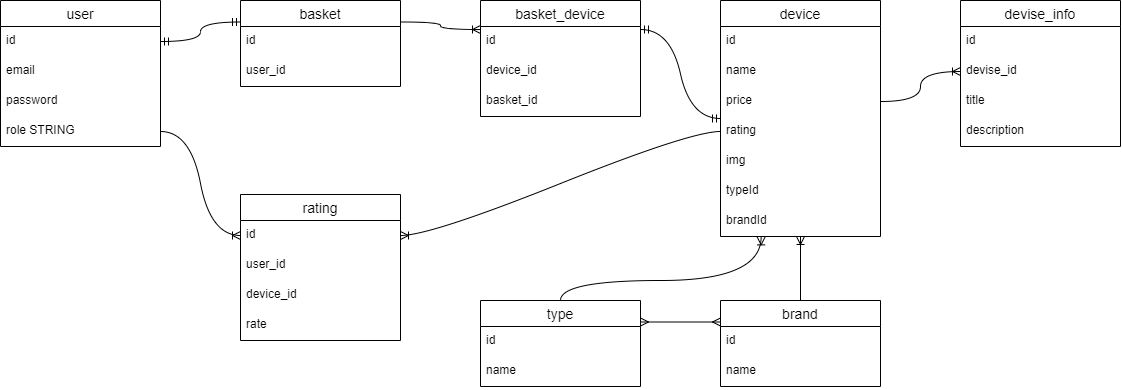
Before: Untitled Diagram.drawio.png, a diagram exported from draw.io (Dima-Gorunov/Draw.io). Source tidied: cells renumbered, new cells last; positions are measured from the earlier drawing's top-left corner, leaving out a move shared by most shapes.
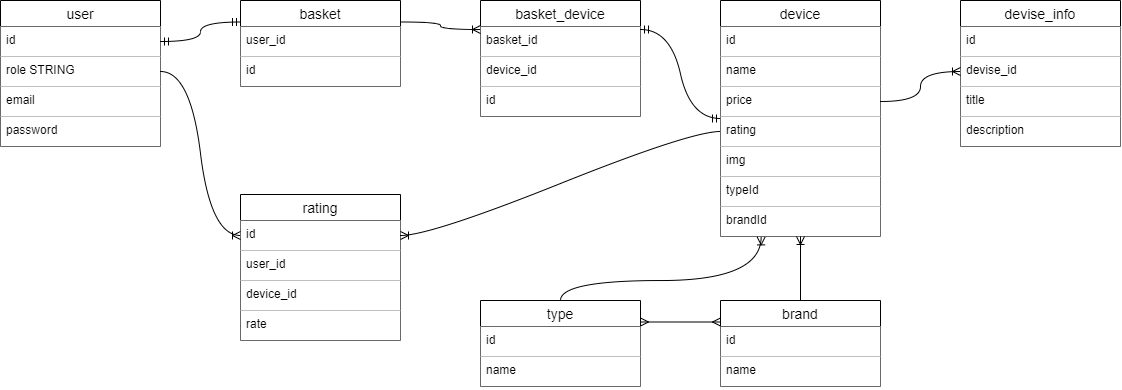
The same file after the commit.

The edit, as a diff of the source:
```diff
@@ -2,73 +2,73 @@
   <root>
     <mxCell id="0" />
     <mxCell id="1" parent="0" />
-    <mxCell id="2" value="user" style="swimlane;fontStyle=0;horizontal=1;startSize=26;align=center;fontSize=14;rounded=0;fillColor=default;strokeColor=default;" parent="1" vertex="1">
+    <mxCell id="2" value="user" style="swimlane;fontStyle=0;horizontal=1;startSize=26;align=center;fontSize=14;rounded=0;perimeterSpacing=0;shadow=0;sketch=0;swimlaneFillColor=none;strokeWidth=1;swimlaneLine=1;" parent="1" vertex="1">
       <mxGeometry width="160" height="146" as="geometry" />
     </mxCell>
-    <mxCell id="3" value="id" style="text;strokeColor=none;fillColor=none;spacingLeft=4;spacingRight=4;overflow=hidden;points=[[0,0.5],[1,0.5]];portConstraint=eastwest;fontSize=12;rounded=0;" parent="2" vertex="1">
+    <mxCell id="3" value="id" style="text;strokeColor=default;fillColor=default;spacingLeft=4;spacingRight=4;overflow=hidden;points=[[0,0.5],[1,0.5]];portConstraint=eastwest;fontSize=12;rounded=0;dashed=1;strokeWidth=0;" parent="2" vertex="1">
       <mxGeometry y="26" width="160" height="30" as="geometry" />
     </mxCell>
+    <mxCell id="6" value="role STRING" style="text;strokeColor=default;fillColor=default;spacingLeft=4;spacingRight=4;overflow=hidden;points=[[0,0.5],[1,0.5]];portConstraint=eastwest;fontSize=12;rounded=0;dashed=1;strokeWidth=0;" parent="2" vertex="1">
+      <mxGeometry y="56" width="160" height="30" as="geometry" />
+    </mxCell>
-    <mxCell id="4" value="email" style="text;strokeColor=none;fillColor=none;spacingLeft=4;spacingRight=4;overflow=hidden;fontSize=12;rounded=0;" parent="2" vertex="1">
-      <mxGeometry y="56" width="160" height="30" as="geometry" />
+    <mxCell id="4" value="email" style="text;strokeColor=default;fillColor=default;spacingLeft=4;spacingRight=4;overflow=hidden;fontSize=12;rounded=0;dashed=1;strokeWidth=0;" parent="2" vertex="1">
+      <mxGeometry y="86" width="160" height="30" as="geometry" />
     </mxCell>
-    <mxCell id="5" value="password" style="text;strokeColor=none;fillColor=none;spacingLeft=4;spacingRight=4;overflow=hidden;fontSize=12;rounded=0;" parent="2" vertex="1">
-      <mxGeometry y="86" width="160" height="30" as="geometry" />
+    <mxCell id="5" value="password" style="text;strokeColor=default;fillColor=default;spacingLeft=4;spacingRight=4;overflow=hidden;fontSize=12;rounded=0;dashed=1;strokeWidth=0;" parent="2" vertex="1">
+      <mxGeometry y="116" width="160" height="30" as="geometry" />
     </mxCell>
-    <mxCell id="6" value="role STRING" style="text;strokeColor=none;fillColor=none;spacingLeft=4;spacingRight=4;overflow=hidden;points=[[0,0.5],[1,0.5]];portConstraint=eastwest;fontSize=12;rounded=0;" parent="2" vertex="1">
-      <mxGeometry y="116" width="160" height="30" as="geometry" />
-    </mxCell>
-    <mxCell id="7" value="basket" style="swimlane;fontStyle=0;horizontal=1;startSize=26;align=center;fontSize=14;rounded=0;" parent="1" vertex="1">
+    <mxCell id="7" value="basket" style="swimlane;fontStyle=0;horizontal=1;startSize=26;align=center;fontSize=14;rounded=0;shadow=0;sketch=0;swimlaneFillColor=none;strokeWidth=1;" parent="1" vertex="1">
       <mxGeometry x="240" width="160" height="86" as="geometry" />
     </mxCell>
+    <mxCell id="9" value="user_id" style="text;strokeColor=default;fillColor=default;spacingLeft=4;spacingRight=4;overflow=hidden;fontSize=12;rounded=0;dashed=1;strokeWidth=0;" parent="7" vertex="1">
+      <mxGeometry y="26" width="160" height="30" as="geometry" />
+    </mxCell>
-    <mxCell id="8" value="id" style="text;strokeColor=none;fillColor=none;spacingLeft=4;spacingRight=4;overflow=hidden;fontSize=12;rounded=0;" parent="7" vertex="1">
-      <mxGeometry y="26" width="160" height="30" as="geometry" />
+    <mxCell id="8" value="id" style="text;strokeColor=default;fillColor=default;spacingLeft=4;spacingRight=4;overflow=hidden;fontSize=12;rounded=0;dashed=1;strokeWidth=0;" parent="7" vertex="1">
+      <mxGeometry y="56" width="160" height="30" as="geometry" />
     </mxCell>
-    <mxCell id="9" value="user_id" style="text;strokeColor=none;fillColor=none;spacingLeft=4;spacingRight=4;overflow=hidden;fontSize=12;rounded=0;" parent="7" vertex="1">
-      <mxGeometry y="56" width="160" height="30" as="geometry" />
-    </mxCell>
     <mxCell id="10" style="edgeStyle=orthogonalEdgeStyle;fontSize=12;html=1;endArrow=ERmandOne;startArrow=ERmandOne;strokeColor=default;curved=1;entryX=0;entryY=0.25;entryDx=0;entryDy=0;exitX=1;exitY=0.5;exitDx=0;exitDy=0;" parent="1" edge="1" source="3" target="7">
       <mxGeometry relative="1" as="geometry" />
     </mxCell>
     <mxCell id="11" value="device" style="swimlane;fontStyle=0;horizontal=1;startSize=26;align=center;fontSize=14;rounded=0;" parent="1" vertex="1">
       <mxGeometry x="720" width="160" height="236" as="geometry" />
     </mxCell>
-    <mxCell id="12" value="id" style="text;strokeColor=none;fillColor=none;spacingLeft=4;spacingRight=4;overflow=hidden;fontSize=12;rounded=0;" parent="11" vertex="1">
+    <mxCell id="12" value="id" style="text;strokeColor=default;fillColor=default;spacingLeft=4;spacingRight=4;overflow=hidden;fontSize=12;rounded=0;dashed=1;strokeWidth=0;" parent="11" vertex="1">
       <mxGeometry y="26" width="160" height="30" as="geometry" />
     </mxCell>
-    <mxCell id="13" value="name" style="text;strokeColor=none;fillColor=none;spacingLeft=4;spacingRight=4;overflow=hidden;fontSize=12;rounded=0;" parent="11" vertex="1">
+    <mxCell id="13" value="name" style="text;strokeColor=default;fillColor=default;spacingLeft=4;spacingRight=4;overflow=hidden;fontSize=12;rounded=0;dashed=1;strokeWidth=0;" parent="11" vertex="1">
       <mxGeometry y="56" width="160" height="30" as="geometry" />
     </mxCell>
-    <mxCell id="14" value="price" style="text;strokeColor=none;fillColor=none;spacingLeft=4;spacingRight=4;overflow=hidden;points=[[0,0.5],[1,0.5]];portConstraint=eastwest;fontSize=12;rounded=0;" parent="11" vertex="1">
+    <mxCell id="14" value="price" style="text;strokeColor=default;fillColor=default;spacingLeft=4;spacingRight=4;overflow=hidden;points=[[0,0.5],[1,0.5]];portConstraint=eastwest;fontSize=12;rounded=0;dashed=1;strokeWidth=0;" parent="11" vertex="1">
       <mxGeometry y="86" width="160" height="30" as="geometry" />
     </mxCell>
-    <mxCell id="15" value="rating" style="text;strokeColor=none;fillColor=none;spacingLeft=4;spacingRight=4;overflow=hidden;points=[[0,0.5],[1,0.5]];portConstraint=eastwest;fontSize=12;rounded=0;" parent="11" vertex="1">
+    <mxCell id="15" value="rating" style="text;strokeColor=default;fillColor=default;spacingLeft=4;spacingRight=4;overflow=hidden;points=[[0,0.5],[1,0.5]];portConstraint=eastwest;fontSize=12;rounded=0;dashed=1;strokeWidth=0;" parent="11" vertex="1">
       <mxGeometry y="116" width="160" height="30" as="geometry" />
     </mxCell>
-    <mxCell id="16" value="img" style="text;strokeColor=none;fillColor=none;spacingLeft=4;spacingRight=4;overflow=hidden;fontSize=12;rounded=0;" parent="11" vertex="1">
+    <mxCell id="16" value="img" style="text;strokeColor=default;fillColor=default;spacingLeft=4;spacingRight=4;overflow=hidden;fontSize=12;rounded=0;dashed=1;strokeWidth=0;" parent="11" vertex="1">
       <mxGeometry y="146" width="160" height="30" as="geometry" />
     </mxCell>
-    <mxCell id="17" value="typeId" style="text;strokeColor=none;fillColor=none;spacingLeft=4;spacingRight=4;overflow=hidden;fontSize=12;rounded=0;" parent="11" vertex="1">
+    <mxCell id="17" value="typeId" style="text;strokeColor=default;fillColor=default;spacingLeft=4;spacingRight=4;overflow=hidden;fontSize=12;rounded=0;dashed=1;strokeWidth=0;" parent="11" vertex="1">
       <mxGeometry y="176" width="160" height="30" as="geometry" />
     </mxCell>
-    <mxCell id="18" value="brandId" style="text;strokeColor=none;fillColor=none;spacingLeft=4;spacingRight=4;overflow=hidden;points=[[0,0.5],[1,0.5]];portConstraint=eastwest;fontSize=12;rounded=0;" parent="11" vertex="1">
+    <mxCell id="18" value="brandId" style="text;strokeColor=default;fillColor=default;spacingLeft=4;spacingRight=4;overflow=hidden;points=[[0,0.5],[1,0.5]];portConstraint=eastwest;fontSize=12;rounded=0;dashed=1;strokeWidth=0;" parent="11" vertex="1">
       <mxGeometry y="206" width="160" height="30" as="geometry" />
     </mxCell>
     <mxCell id="19" value="type" style="swimlane;fontStyle=0;horizontal=1;startSize=26;align=center;fontSize=14;rounded=0;" parent="1" vertex="1">
       <mxGeometry x="480" y="300" width="160" height="86" as="geometry" />
     </mxCell>
-    <mxCell id="20" value="id" style="text;strokeColor=none;fillColor=none;spacingLeft=4;spacingRight=4;overflow=hidden;fontSize=12;rounded=0;" parent="19" vertex="1">
+    <mxCell id="20" value="id" style="text;strokeColor=default;fillColor=default;spacingLeft=4;spacingRight=4;overflow=hidden;fontSize=12;rounded=0;dashed=1;strokeWidth=0;" parent="19" vertex="1">
       <mxGeometry y="26" width="160" height="30" as="geometry" />
     </mxCell>
-    <mxCell id="21" value="name" style="text;strokeColor=none;fillColor=none;spacingLeft=4;spacingRight=4;overflow=hidden;fontSize=12;rounded=0;" parent="19" vertex="1">
+    <mxCell id="21" value="name" style="text;strokeColor=default;fillColor=default;spacingLeft=4;spacingRight=4;overflow=hidden;fontSize=12;rounded=0;dashed=1;strokeWidth=0;" parent="19" vertex="1">
       <mxGeometry y="56" width="160" height="30" as="geometry" />
     </mxCell>
     <mxCell id="22" value="brand" style="swimlane;fontStyle=0;horizontal=1;startSize=26;align=center;fontSize=14;rounded=0;" parent="1" vertex="1">
       <mxGeometry x="720" y="300" width="160" height="86" as="geometry" />
     </mxCell>
-    <mxCell id="23" value="id" style="text;strokeColor=none;fillColor=none;spacingLeft=4;spacingRight=4;overflow=hidden;fontSize=12;rounded=0;" parent="22" vertex="1">
+    <mxCell id="23" value="id" style="text;strokeColor=default;fillColor=default;spacingLeft=4;spacingRight=4;overflow=hidden;fontSize=12;rounded=0;dashed=1;strokeWidth=0;" parent="22" vertex="1">
       <mxGeometry y="26" width="160" height="30" as="geometry" />
     </mxCell>
-    <mxCell id="24" value="name" style="text;strokeColor=none;fillColor=none;spacingLeft=4;spacingRight=4;overflow=hidden;fontSize=12;rounded=0;" parent="22" vertex="1">
+    <mxCell id="24" value="name" style="text;strokeColor=default;fillColor=default;spacingLeft=4;spacingRight=4;overflow=hidden;fontSize=12;rounded=0;dashed=1;strokeWidth=0;" parent="22" vertex="1">
       <mxGeometry y="56" width="160" height="30" as="geometry" />
     </mxCell>
     <mxCell id="25" style="edgeStyle=orthogonalEdgeStyle;fontSize=12;html=1;endArrow=ERoneToMany;exitX=0.5;exitY=0;exitDx=0;exitDy=0;curved=1;entryX=0.254;entryY=1.013;entryDx=0;entryDy=0;entryPerimeter=0;" parent="1" edge="1" source="19" target="18">
@@ -85,16 +85,16 @@
     <mxCell id="27" value="devise_info" style="swimlane;fontStyle=0;horizontal=1;startSize=26;align=center;fontSize=14;rounded=0;sketch=0;strokeColor=default;fillColor=default;" parent="1" vertex="1">
       <mxGeometry x="960" width="160" height="146" as="geometry" />
     </mxCell>
-    <mxCell id="28" value="id" style="text;strokeColor=none;fillColor=none;spacingLeft=4;spacingRight=4;overflow=hidden;fontSize=12;rounded=0;sketch=0;" parent="27" vertex="1">
+    <mxCell id="28" value="id" style="text;strokeColor=default;fillColor=default;spacingLeft=4;spacingRight=4;overflow=hidden;fontSize=12;rounded=0;sketch=0;dashed=1;strokeWidth=0;" parent="27" vertex="1">
       <mxGeometry y="26" width="160" height="30" as="geometry" />
     </mxCell>
-    <mxCell id="29" value="devise_id" style="text;strokeColor=none;fillColor=none;spacingLeft=4;spacingRight=4;overflow=hidden;points=[[0,0.5],[1,0.5]];portConstraint=eastwest;fontSize=12;rounded=0;sketch=0;" parent="27" vertex="1">
+    <mxCell id="29" value="devise_id" style="text;strokeColor=default;fillColor=default;spacingLeft=4;spacingRight=4;overflow=hidden;points=[[0,0.5],[1,0.5]];portConstraint=eastwest;fontSize=12;rounded=0;sketch=0;dashed=1;strokeWidth=0;" parent="27" vertex="1">
       <mxGeometry y="56" width="160" height="30" as="geometry" />
     </mxCell>
-    <mxCell id="30" value="title" style="text;strokeColor=none;fillColor=none;spacingLeft=4;spacingRight=4;overflow=hidden;fontSize=12;rounded=0;sketch=0;" parent="27" vertex="1">
+    <mxCell id="30" value="title" style="text;strokeColor=default;fillColor=default;spacingLeft=4;spacingRight=4;overflow=hidden;fontSize=12;rounded=0;sketch=0;dashed=1;strokeWidth=0;" parent="27" vertex="1">
       <mxGeometry y="86" width="160" height="30" as="geometry" />
     </mxCell>
-    <mxCell id="31" value="description" style="text;strokeColor=none;fillColor=none;spacingLeft=4;spacingRight=4;overflow=hidden;fontSize=12;rounded=0;sketch=0;" parent="27" vertex="1">
+    <mxCell id="31" value="description" style="text;strokeColor=default;fillColor=default;spacingLeft=4;spacingRight=4;overflow=hidden;fontSize=12;rounded=0;sketch=0;dashed=1;strokeWidth=0;" parent="27" vertex="1">
       <mxGeometry y="116" width="160" height="30" as="geometry" />
     </mxCell>
     <mxCell id="32" style="edgeStyle=orthogonalEdgeStyle;fontSize=12;html=1;endArrow=ERoneToMany;shadow=0;sketch=0;strokeColor=default;curved=1;jumpStyle=none;exitX=1;exitY=0.5;exitDx=0;exitDy=0;entryX=0;entryY=0.5;entryDx=0;entryDy=0;" parent="1" edge="1" source="14" target="29">
@@ -103,15 +103,15 @@
     <mxCell id="33" value="basket_device" style="swimlane;fontStyle=0;horizontal=1;startSize=26;align=center;fontSize=14;rounded=0;" parent="1" vertex="1">
       <mxGeometry x="480" width="160" height="116" as="geometry" />
     </mxCell>
+    <mxCell id="36" value="basket_id" style="text;strokeColor=default;fillColor=default;spacingLeft=4;spacingRight=4;overflow=hidden;fontSize=12;rounded=0;dashed=1;strokeWidth=0;" parent="33" vertex="1">
+      <mxGeometry y="26" width="160" height="30" as="geometry" />
+    </mxCell>
+    <mxCell id="35" value="device_id" style="text;strokeColor=default;fillColor=default;spacingLeft=4;spacingRight=4;overflow=hidden;fontSize=12;rounded=0;dashed=1;strokeWidth=0;" parent="33" vertex="1">
+      <mxGeometry y="56" width="160" height="30" as="geometry" />
+    </mxCell>
-    <mxCell id="34" value="id" style="text;strokeColor=none;fillColor=none;spacingLeft=4;spacingRight=4;overflow=hidden;fontSize=12;rounded=0;" parent="33" vertex="1">
-      <mxGeometry y="26" width="160" height="30" as="geometry" />
+    <mxCell id="34" value="id" style="text;strokeColor=default;fillColor=default;spacingLeft=4;spacingRight=4;overflow=hidden;fontSize=12;rounded=0;dashed=1;strokeWidth=0;" parent="33" vertex="1">
+      <mxGeometry y="86" width="160" height="30" as="geometry" />
     </mxCell>
-    <mxCell id="35" value="device_id" style="text;strokeColor=none;fillColor=none;spacingLeft=4;spacingRight=4;overflow=hidden;fontSize=12;rounded=0;" parent="33" vertex="1">
-      <mxGeometry y="56" width="160" height="30" as="geometry" />
-    </mxCell>
-    <mxCell id="36" value="basket_id" style="text;strokeColor=none;fillColor=none;spacingLeft=4;spacingRight=4;overflow=hidden;fontSize=12;rounded=0;" parent="33" vertex="1">
-      <mxGeometry y="86" width="160" height="30" as="geometry" />
-    </mxCell>
     <mxCell id="37" style="edgeStyle=orthogonalEdgeStyle;fontSize=12;html=1;endArrow=ERoneToMany;shadow=0;sketch=0;strokeColor=default;curved=1;jumpStyle=none;exitX=1;exitY=0.25;exitDx=0;exitDy=0;entryX=0;entryY=0.25;entryDx=0;entryDy=0;" parent="1" edge="1" source="7" target="33">
       <mxGeometry relative="1" as="geometry" />
     </mxCell>
@@ -124,16 +124,16 @@
     <mxCell id="40" value="rating" style="swimlane;fontStyle=0;horizontal=1;startSize=26;align=center;fontSize=14;rounded=0;sketch=0;strokeColor=default;fillColor=default;" parent="1" vertex="1">
       <mxGeometry x="240" y="194" width="160" height="146" as="geometry" />
     </mxCell>
-    <mxCell id="41" value="id" style="text;strokeColor=none;fillColor=none;spacingLeft=4;spacingRight=4;overflow=hidden;points=[[0,0.5],[1,0.5]];portConstraint=eastwest;fontSize=12;rounded=0;sketch=0;" parent="40" vertex="1">
+    <mxCell id="41" value="id" style="text;strokeColor=default;fillColor=default;spacingLeft=4;spacingRight=4;overflow=hidden;points=[[0,0.5],[1,0.5]];portConstraint=eastwest;fontSize=12;rounded=0;sketch=0;dashed=1;strokeWidth=0;" parent="40" vertex="1">
       <mxGeometry y="26" width="160" height="30" as="geometry" />
     </mxCell>
-    <mxCell id="42" value="user_id" style="text;strokeColor=none;fillColor=none;spacingLeft=4;spacingRight=4;overflow=hidden;fontSize=12;rounded=0;sketch=0;" parent="40" vertex="1">
+    <mxCell id="42" value="user_id" style="text;strokeColor=default;fillColor=default;spacingLeft=4;spacingRight=4;overflow=hidden;fontSize=12;rounded=0;sketch=0;dashed=1;strokeWidth=0;" parent="40" vertex="1">
       <mxGeometry y="56" width="160" height="30" as="geometry" />
     </mxCell>
-    <mxCell id="43" value="device_id" style="text;strokeColor=none;fillColor=none;spacingLeft=4;spacingRight=4;overflow=hidden;fontSize=12;rounded=0;sketch=0;" parent="40" vertex="1">
+    <mxCell id="43" value="device_id" style="text;strokeColor=default;fillColor=default;spacingLeft=4;spacingRight=4;overflow=hidden;fontSize=12;rounded=0;sketch=0;dashed=1;strokeWidth=0;" parent="40" vertex="1">
       <mxGeometry y="86" width="160" height="30" as="geometry" />
     </mxCell>
-    <mxCell id="44" value="rate" style="text;strokeColor=none;fillColor=none;spacingLeft=4;spacingRight=4;overflow=hidden;fontSize=12;rounded=0;sketch=0;" parent="40" vertex="1">
+    <mxCell id="44" value="rate" style="text;strokeColor=default;fillColor=default;spacingLeft=4;spacingRight=4;overflow=hidden;fontSize=12;rounded=0;sketch=0;dashed=1;strokeWidth=0;" parent="40" vertex="1">
       <mxGeometry y="116" width="160" height="30" as="geometry" />
     </mxCell>
     <mxCell id="45" style="edgeStyle=entityRelationEdgeStyle;fontSize=12;html=1;endArrow=ERoneToMany;shadow=0;sketch=0;strokeColor=default;curved=1;jumpStyle=none;entryX=0;entryY=0.5;entryDx=0;entryDy=0;" parent="1" edge="1" source="6" target="41">
```
